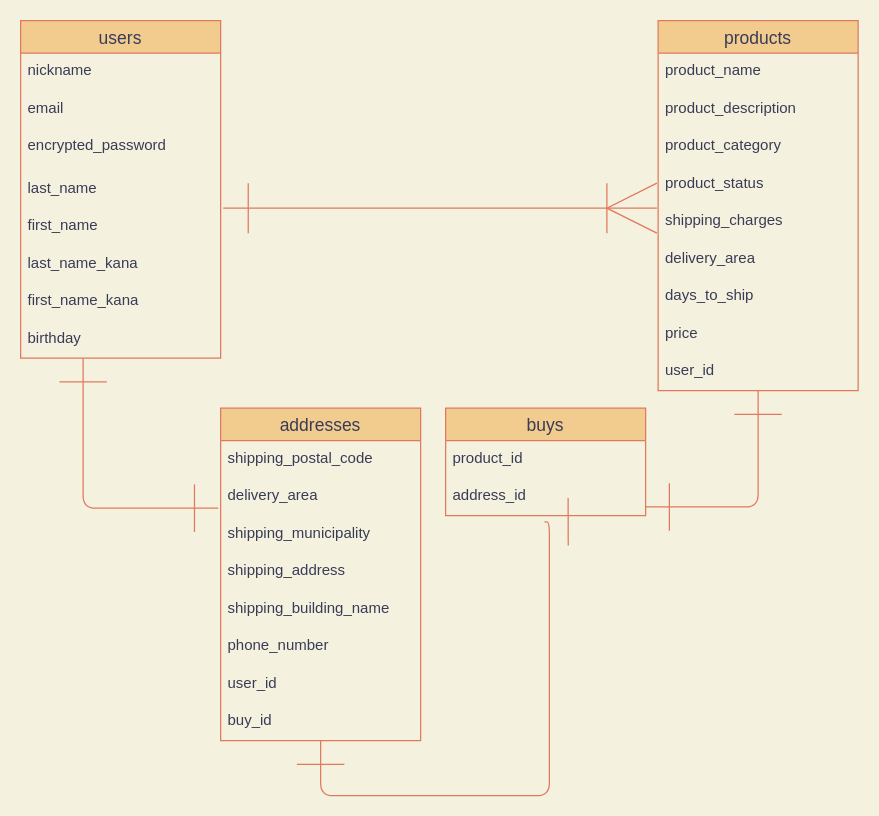
Earlier version of the draw.io diagram ER.dio (takushi6363/furima-33353). Source tidied: cells renumbered, new cells numbered last; positions are measured from the earlier drawing's top-left corner, leaving out a move shared by most shapes. Both pictures are drawn from the tidied source at 125%, with x=0, y=0 at pixel (20, 20).
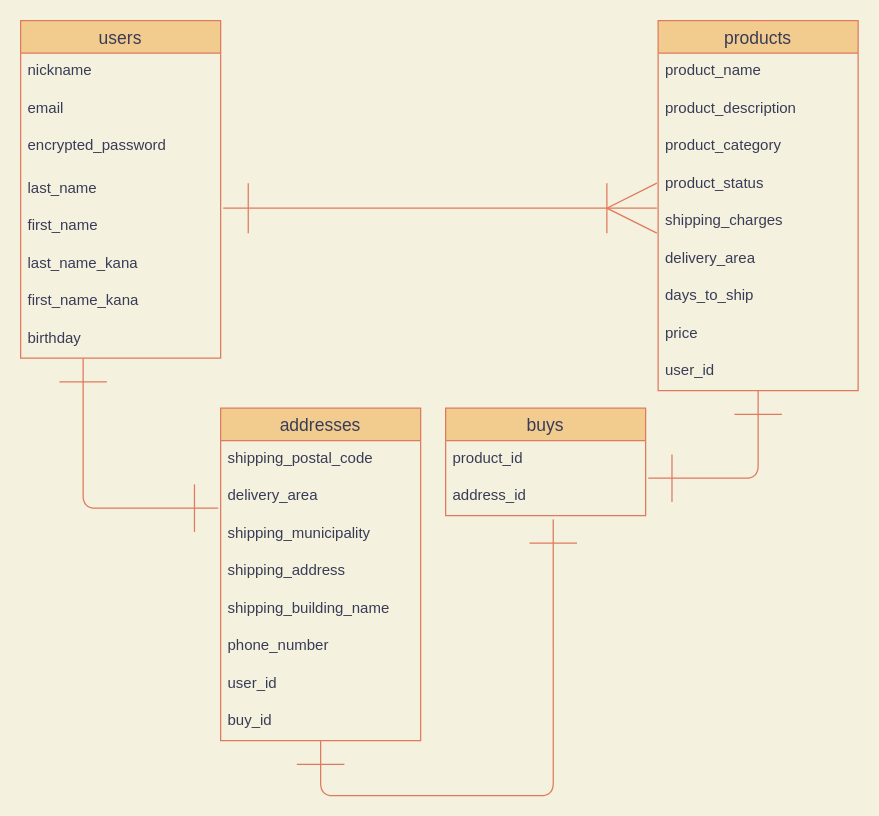
The same diagram, later.

Unchanged cells that the change refers to:
```xml
<mxCell id="23" value="address_id" style="text;strokeColor=none;fillColor=none;spacingLeft=4;spacingRight=4;overflow=hidden;points=[[0,0.5],[1,0.5]];portConstraint=eastwest;fontSize=12;fontColor=#393C56;" parent="21" vertex="1">
  <mxGeometry y="56" width="160" height="30" as="geometry" />
</mxCell>
```

The edit, as a diff of the source:
```diff
@@
-    <mxCell id="26" style="edgeStyle=segmentEdgeStyle;endArrow=ERone;html=1;strokeWidth=1;startArrow=ERone;startFill=0;endFill=0;endSize=36;startSize=36;strokeColor=#E07A5F;fontColor=#393C56;labelBackgroundColor=#F4F1DE;" parent="1" edge="1">
+    <mxCell id="26" style="edgeStyle=segmentEdgeStyle;endArrow=ERone;html=1;strokeWidth=1;startArrow=ERone;startFill=0;endFill=0;endSize=36;startSize=36;strokeColor=#E07A5F;fontColor=#393C56;labelBackgroundColor=#F4F1DE;exitX=1.013;exitY=0;exitDx=0;exitDy=0;exitPerimeter=0;" parent="1" edge="1" source="23">
       <mxGeometry relative="1" as="geometry">
-        <mxPoint x="500" y="389" as="sourcePoint" />
         <mxPoint x="590" y="296" as="targetPoint" />
         <Array as="points">
-          <mxPoint x="590" y="389" />
+          <mxPoint x="590" y="366" />
         </Array>
       </mxGeometry>
     </mxCell>
@@
-    <mxCell id="36" style="edgeStyle=segmentEdgeStyle;endArrow=ERone;html=1;strokeWidth=1;startArrow=ERone;startFill=0;endFill=0;endSize=36;startSize=36;exitX=0.494;exitY=1.133;exitDx=0;exitDy=0;exitPerimeter=0;strokeColor=#E07A5F;fontColor=#393C56;labelBackgroundColor=#F4F1DE;entryX=0.494;entryY=1.167;entryDx=0;entryDy=0;entryPerimeter=0;" parent="1" edge="1" target="23">
+    <mxCell id="36" style="edgeStyle=segmentEdgeStyle;endArrow=ERone;html=1;strokeWidth=1;startArrow=ERone;startFill=0;endFill=0;endSize=36;startSize=36;exitX=0.494;exitY=1.133;exitDx=0;exitDy=0;exitPerimeter=0;strokeColor=#E07A5F;fontColor=#393C56;labelBackgroundColor=#F4F1DE;entryX=0.538;entryY=1.1;entryDx=0;entryDy=0;entryPerimeter=0;" parent="1" edge="1" target="23">
       <mxGeometry relative="1" as="geometry">
         <mxPoint x="240" y="576" as="sourcePoint" />
         <Array as="points">
           <mxPoint x="240" y="620" />
-          <mxPoint x="423" y="620" />
-          <mxPoint x="423" y="401" />
+          <mxPoint x="426" y="620" />
         </Array>
       </mxGeometry>
     </mxCell>
```
